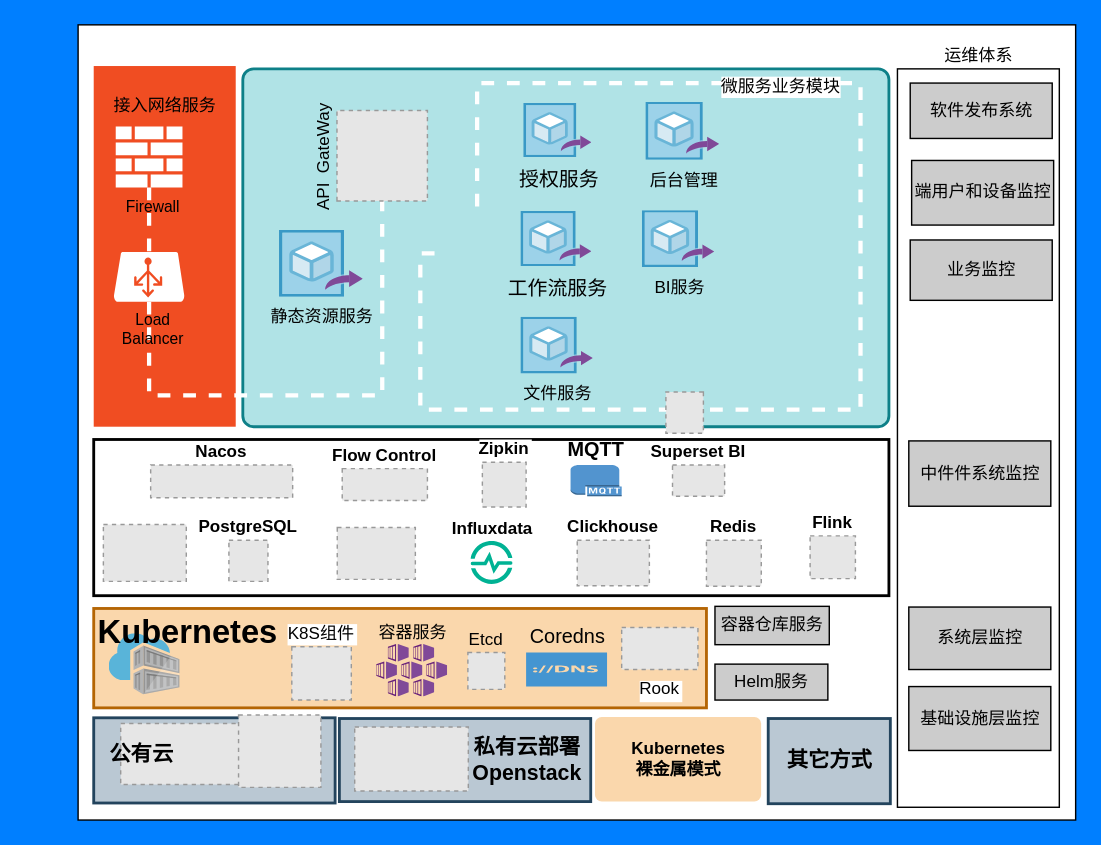
Before: 部署架构图.drawio in slieer/javaworks, a draw.io diagram. Source tidied: cells renumbered, new cells numbered last; positions are measured from the earlier drawing's top-left corner, leaving out a move shared by most shapes. Both pictures are drawn from the tidied source at 142%, with x=0, y=0 at pixel (24, 24). Pictures stored in the file or linked from it are replaced by grey dashed boxes.
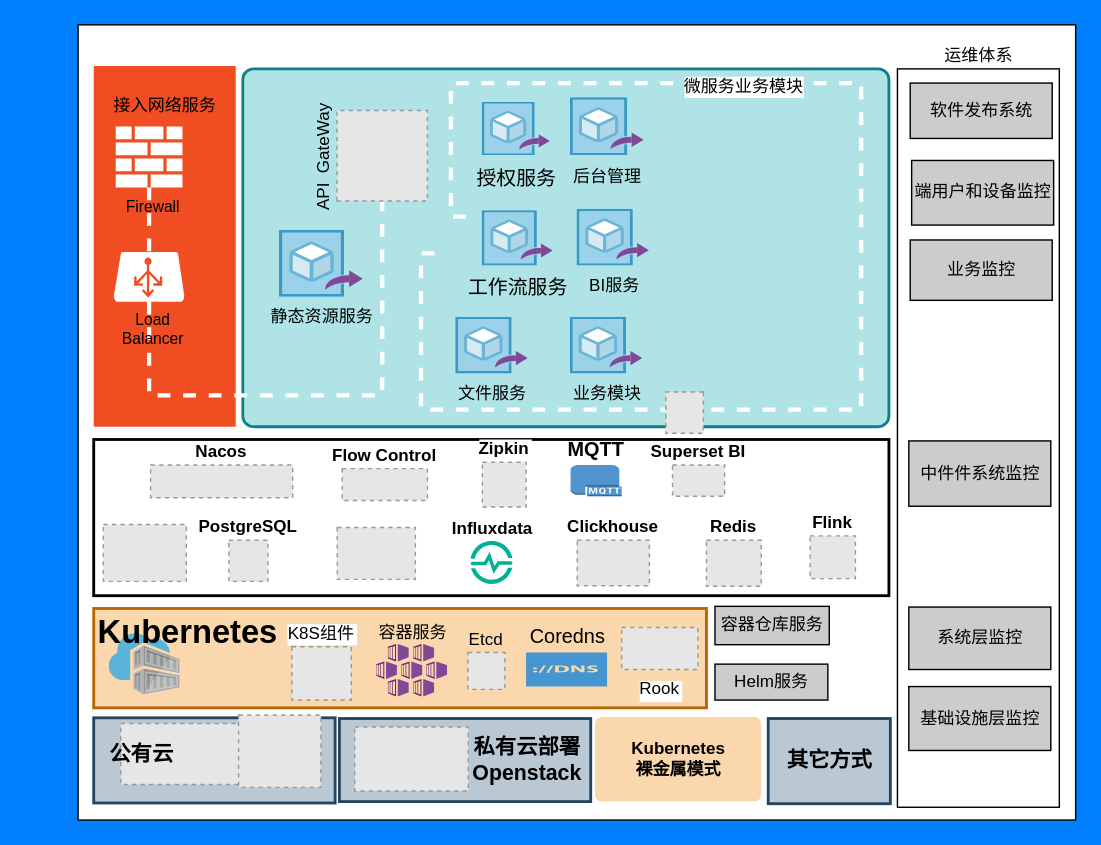
The same page after the edit.

Commit message:
Update 部署架构图.drawio

What changed in the source:
```diff
@@
     <mxCell id="24" value="后台管理" style="html=1;align=center;image;fontSize=12;image=img/lib/mscae/Image_Definitions.svg;labelBackgroundColor=none;fontColor=#000000;" parent="1" vertex="1">
-      <mxGeometry x="437.5" y="54.5" width="52" height="41" as="geometry" />
+      <mxGeometry x="384.3" y="51.5" width="52" height="41" as="geometry" />
     </mxCell>
     <mxCell id="25" value="&lt;p class=&quot;p0&quot; style=&quot;margin-top: 0pt ; margin-bottom: 0pt&quot;&gt;&lt;font face=&quot;宋体&quot;&gt;&lt;span style=&quot;font-size: 14px&quot;&gt;工作流服务&lt;/span&gt;&lt;/font&gt;&lt;/p&gt;" style="html=1;align=center;image;fontSize=12;image=img/lib/mscae/Image_Definitions.svg;labelBackgroundColor=none;fontColor=#000000;" parent="1" vertex="1">
-      <mxGeometry x="349.5" y="131.5" width="50" height="39" as="geometry" />
+      <mxGeometry x="322.2" y="131" width="50" height="39" as="geometry" />
     </mxCell>
     <mxCell id="26" value="BI服务" style="html=1;align=center;image;fontSize=12;image=img/lib/mscae/Image_Definitions.svg;labelBackgroundColor=none;fontColor=#000000;" parent="1" vertex="1">
-      <mxGeometry x="435" y="131" width="51" height="40" as="geometry" />
+      <mxGeometry x="389" y="130" width="51" height="40" as="geometry" />
     </mxCell>
     <mxCell id="27" value="&lt;p class=&quot;p0&quot; style=&quot;margin-top: 0pt ; margin-bottom: 0pt&quot;&gt;&lt;span style=&quot;font-size: 10.5000pt ; font-family: &amp;#34;宋体&amp;#34;&quot;&gt;授权服务&lt;/span&gt;&lt;/p&gt;" style="html=1;align=center;image;fontSize=12;image=img/lib/mscae/Image_Definitions.svg;labelBackgroundColor=none;fontColor=#000000;" parent="1" vertex="1">
-      <mxGeometry x="351.5" y="55.5" width="48" height="38" as="geometry" />
+      <mxGeometry x="322.2" y="54.5" width="48" height="38" as="geometry" />
     </mxCell>
     <mxCell id="28" style="edgeStyle=orthogonalEdgeStyle;html=1;startArrow=none;startFill=0;endArrow=none;endFill=0;strokeWidth=3;fontSize=11;fontColor=#000000;strokeColor=#FFFFFF;dashed=1;rounded=0;" parent="1" edge="1">
       <mxGeometry relative="1" as="geometry">
         <mxPoint x="288.5" y="161" as="sourcePoint" />
         <mxPoint x="318.5" y="135" as="targetPoint" />
         <Array as="points">
-          <mxPoint x="278.5" y="161" />
-          <mxPoint x="278.5" y="271" />
-          <mxPoint x="588.5" y="271" />
-          <mxPoint x="588.5" y="41" />
-          <mxPoint x="318.5" y="41" />
+          <mxPoint x="279" y="161" />
+          <mxPoint x="279" y="271" />
+          <mxPoint x="589" y="271" />
+          <mxPoint x="589" y="41" />
+          <mxPoint x="300" y="41" />
+          <mxPoint x="300" y="135" />
         </Array>
       </mxGeometry>
     </mxCell>
@@
     <mxCell id="41" value="文件服务" style="html=1;align=center;image;fontSize=12;image=img/lib/mscae/Image_Definitions.svg;labelBackgroundColor=none;fontColor=#000000;" parent="1" vertex="1">
-      <mxGeometry x="349.5" y="206" width="51" height="40" as="geometry" />
+      <mxGeometry x="303.6" y="206" width="51" height="40" as="geometry" />
     </mxCell>
@@
+    <mxCell id="59" value="业务模块" style="html=1;align=center;image;fontSize=12;image=img/lib/mscae/Image_Definitions.svg;labelBackgroundColor=none;fontColor=#000000;" parent="1" vertex="1">
+      <mxGeometry x="384.3" y="206" width="51" height="40" as="geometry" />
+    </mxCell>
```
